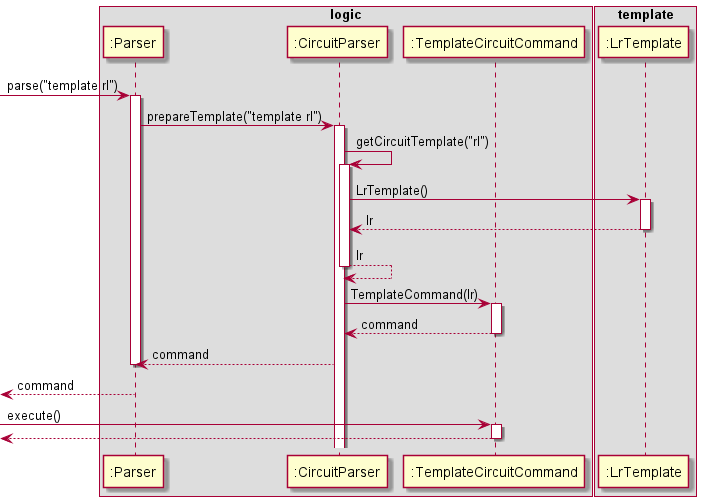
sevenseasofbri/tp keeps this PlantUML diagram as docs/diagrams/TemplateSequenceDiagram.png. Above is the earlier version.
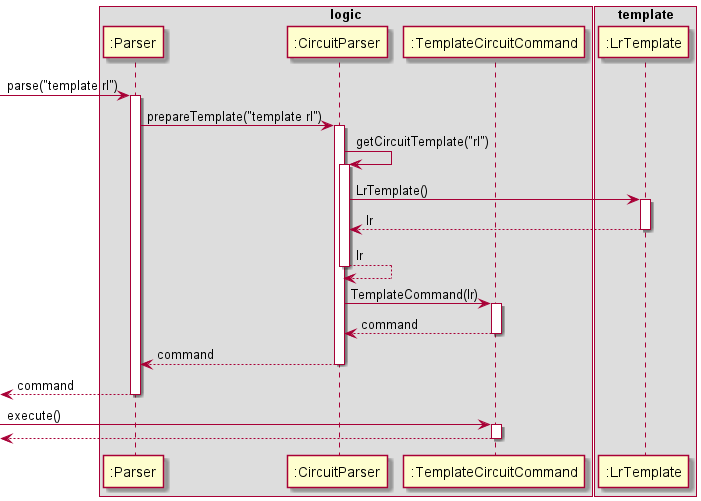
The same diagram one commit later.

Diff of the diagram source:
```diff
@@ -34,7 +34,7 @@
 deactivate Template
 
 Parser <-- Circuit : command
-deactivate Parser
+deactivate Circuit
 
 [<-- Parser : command
 deactivate Parser
```
